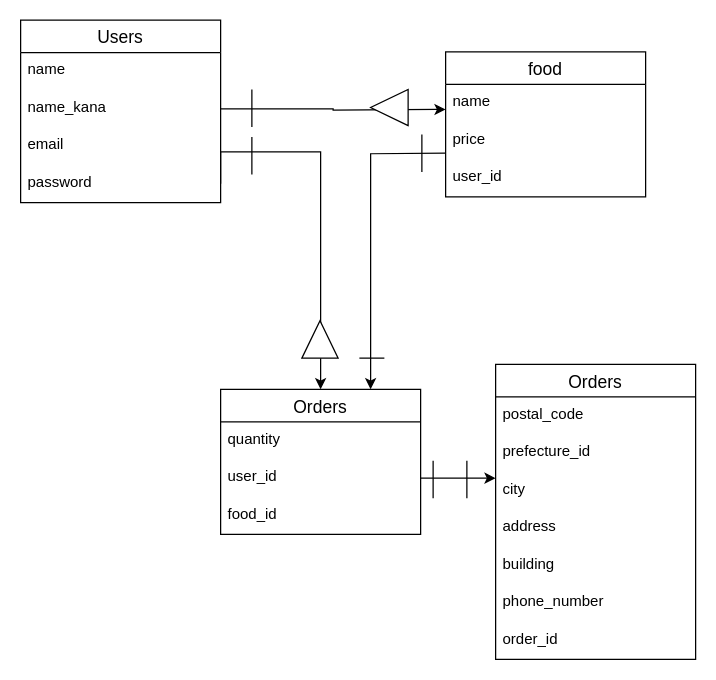
This is E-R.dio from Tomohiro-Kawakami-techcamp/original-application-33039-version2, a draw.io file, before an edit. Source tidied: cells renumbered, new cells numbered last; positions are measured from the earlier drawing's top-left corner, leaving out a move shared by most shapes. Both pictures are drawn from the tidied source at 125%, with x=0, y=0 at pixel (20, 19).
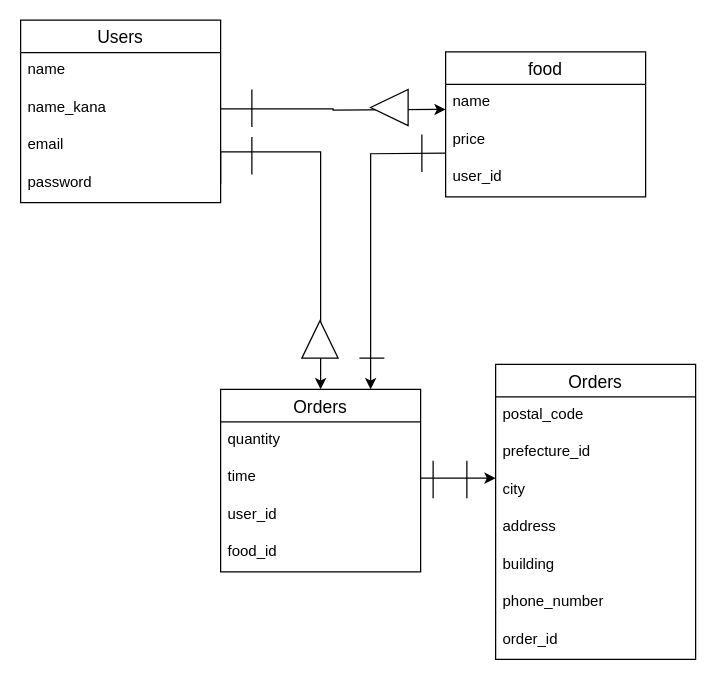
Above is the later version.

Commit message (it also covers changes not shown here):
仕様変更した場所

Unchanged cells that the change refers to:
```xml
<mxCell id="27" value="city" style="text;strokeColor=none;fillColor=none;spacingLeft=4;spacingRight=4;overflow=hidden;points=[[0,0.5],[1,0.5]];portConstraint=eastwest;fontSize=12;" parent="24" vertex="1">
  <mxGeometry y="86" width="160" height="30" as="geometry" />
</mxCell>
```

What changed in the source:
```diff
@@
     <mxCell id="11" value="Orders" style="swimlane;fontStyle=0;horizontal=1;startSize=26;align=center;fontSize=14;" parent="1" vertex="1">
-      <mxGeometry x="160" y="296" width="160" height="116" as="geometry" />
+      <mxGeometry x="160" y="296" width="160" height="146" as="geometry" />
     </mxCell>
@@
+    <mxCell id="35" value="time" style="text;strokeColor=none;fillColor=none;spacingLeft=4;spacingRight=4;overflow=hidden;points=[[0,0.5],[1,0.5]];portConstraint=eastwest;fontSize=12;" parent="11" vertex="1">
+      <mxGeometry y="56" width="160" height="30" as="geometry" />
+    </mxCell>
     <mxCell id="13" value="user_id" style="text;strokeColor=none;fillColor=none;spacingLeft=4;spacingRight=4;overflow=hidden;points=[[0,0.5],[1,0.5]];portConstraint=eastwest;fontSize=12;" parent="11" vertex="1">
-      <mxGeometry y="56" width="160" height="30" as="geometry" />
+      <mxGeometry y="86" width="160" height="30" as="geometry" />
     </mxCell>
     <mxCell id="14" value="food_id" style="text;strokeColor=none;fillColor=none;spacingLeft=4;spacingRight=4;overflow=hidden;fontSize=12;" parent="11" vertex="1">
-      <mxGeometry y="86" width="160" height="30" as="geometry" />
+      <mxGeometry y="116" width="160" height="30" as="geometry" />
     </mxCell>
@@
-    <mxCell id="32" style="edgeStyle=orthogonalEdgeStyle;rounded=0;jettySize=auto;html=1;exitX=1;exitY=0.5;exitDx=0;exitDy=0;entryX=0;entryY=0.167;entryDx=0;entryDy=0;entryPerimeter=0;" parent="1" edge="1" source="13" target="27">
+    <mxCell id="32" style="edgeStyle=orthogonalEdgeStyle;rounded=0;jettySize=auto;html=1;exitX=1;exitY=0.5;exitDx=0;exitDy=0;entryX=0;entryY=0.167;entryDx=0;entryDy=0;entryPerimeter=0;" parent="1" edge="1" source="35" target="27">
       <mxGeometry relative="1" as="geometry" />
     </mxCell>
```
